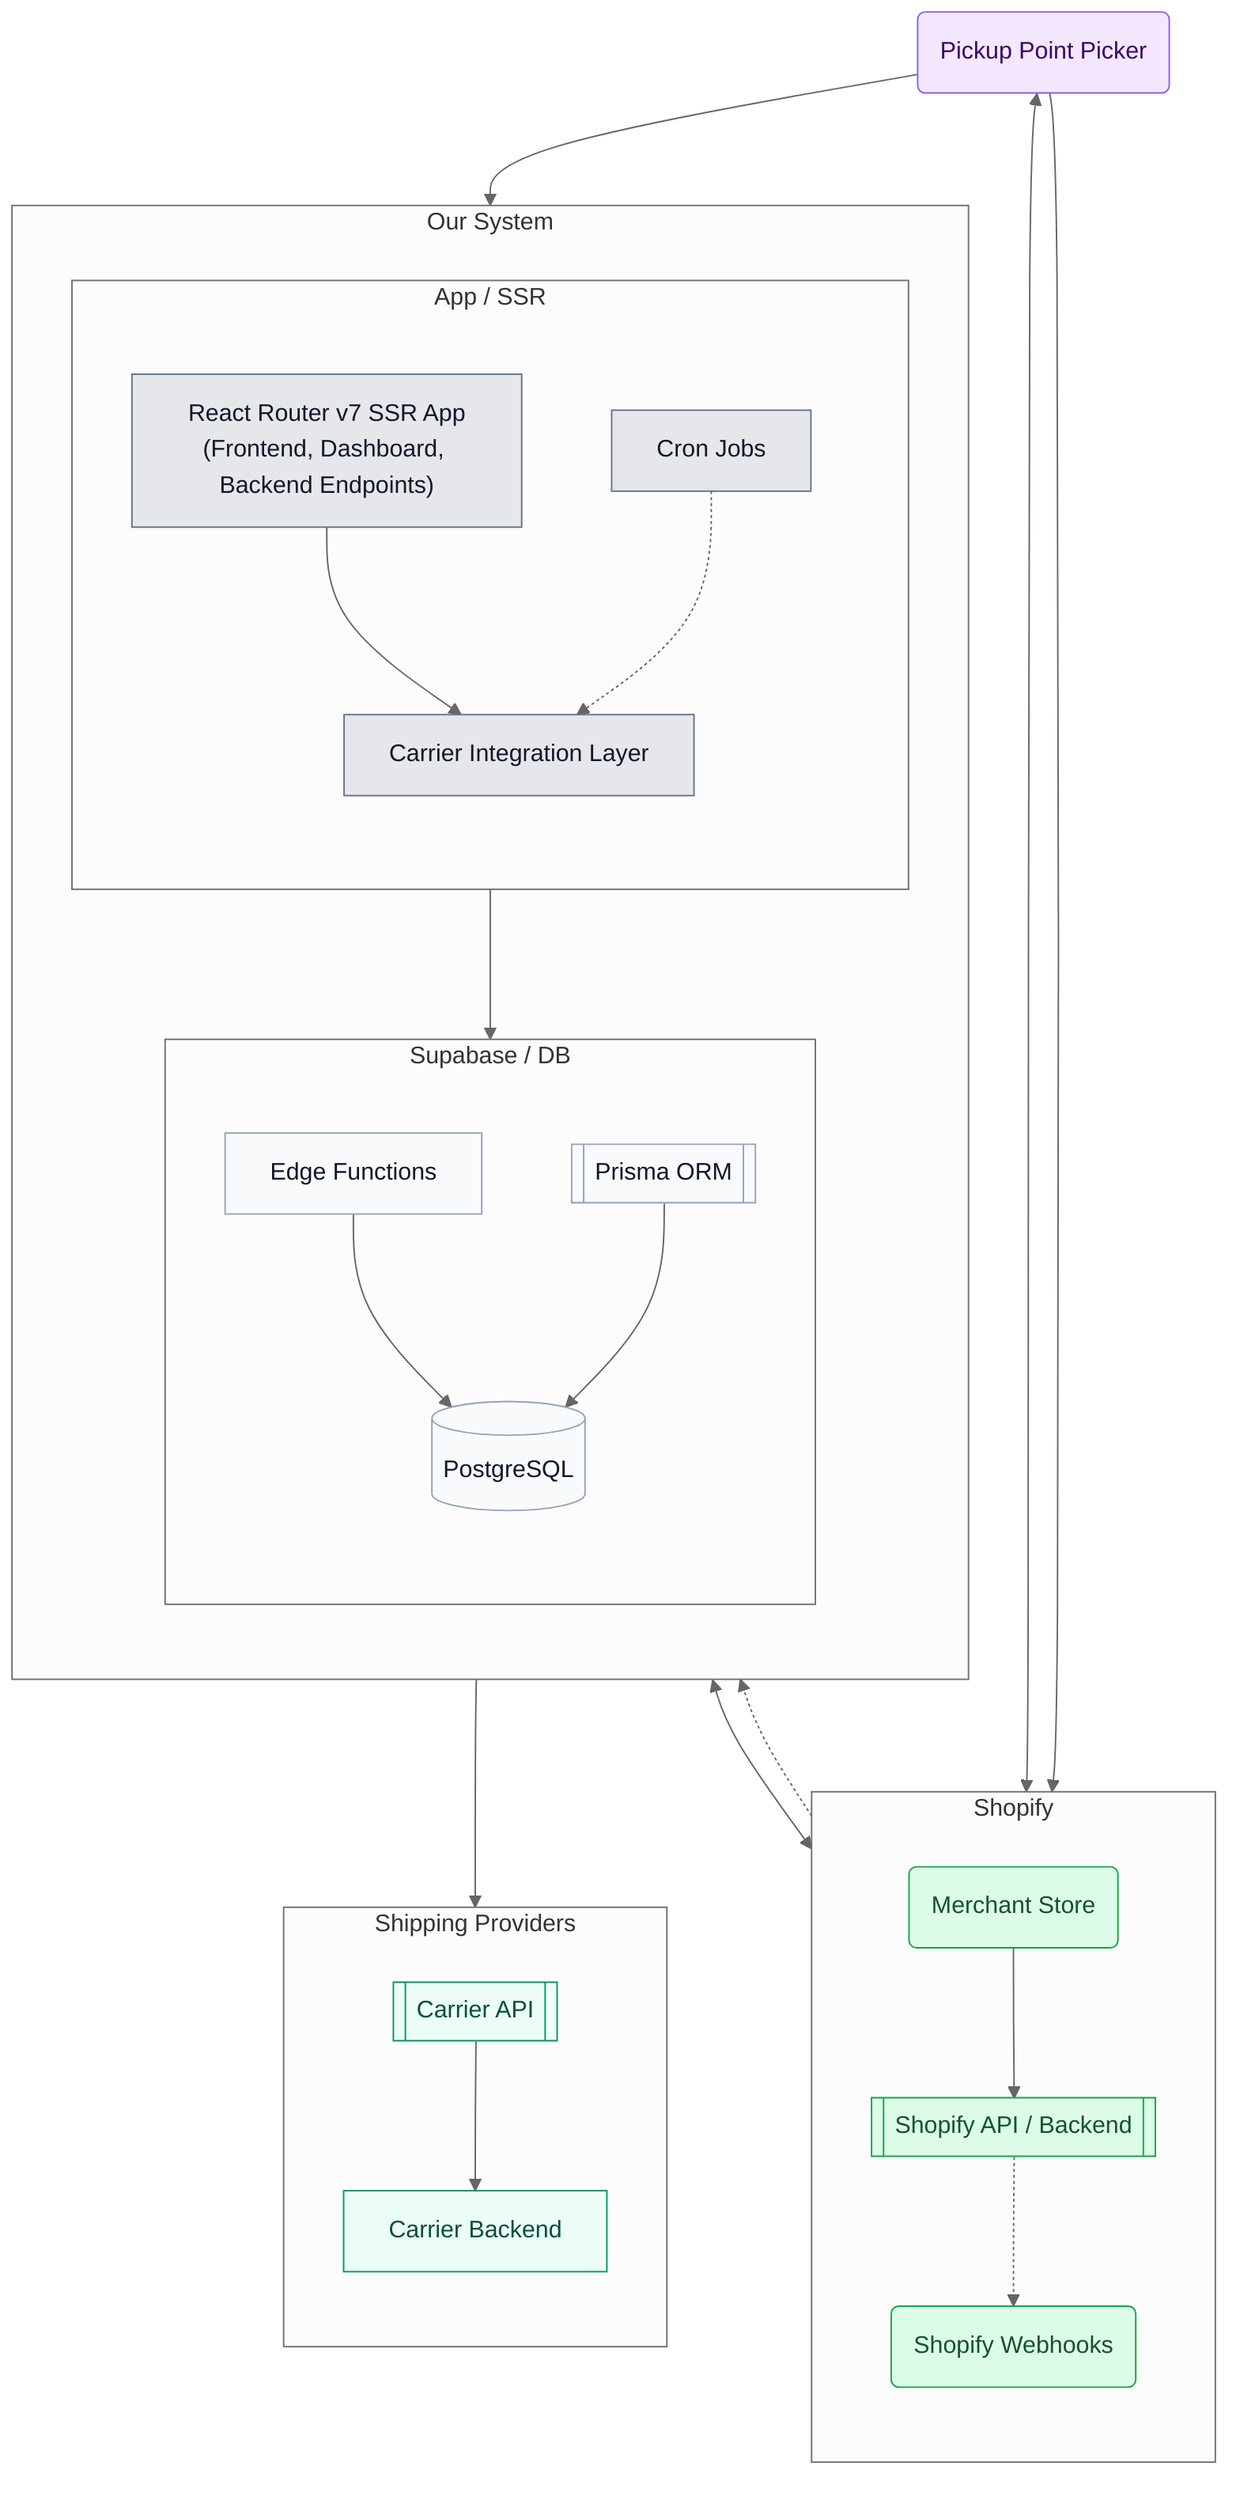
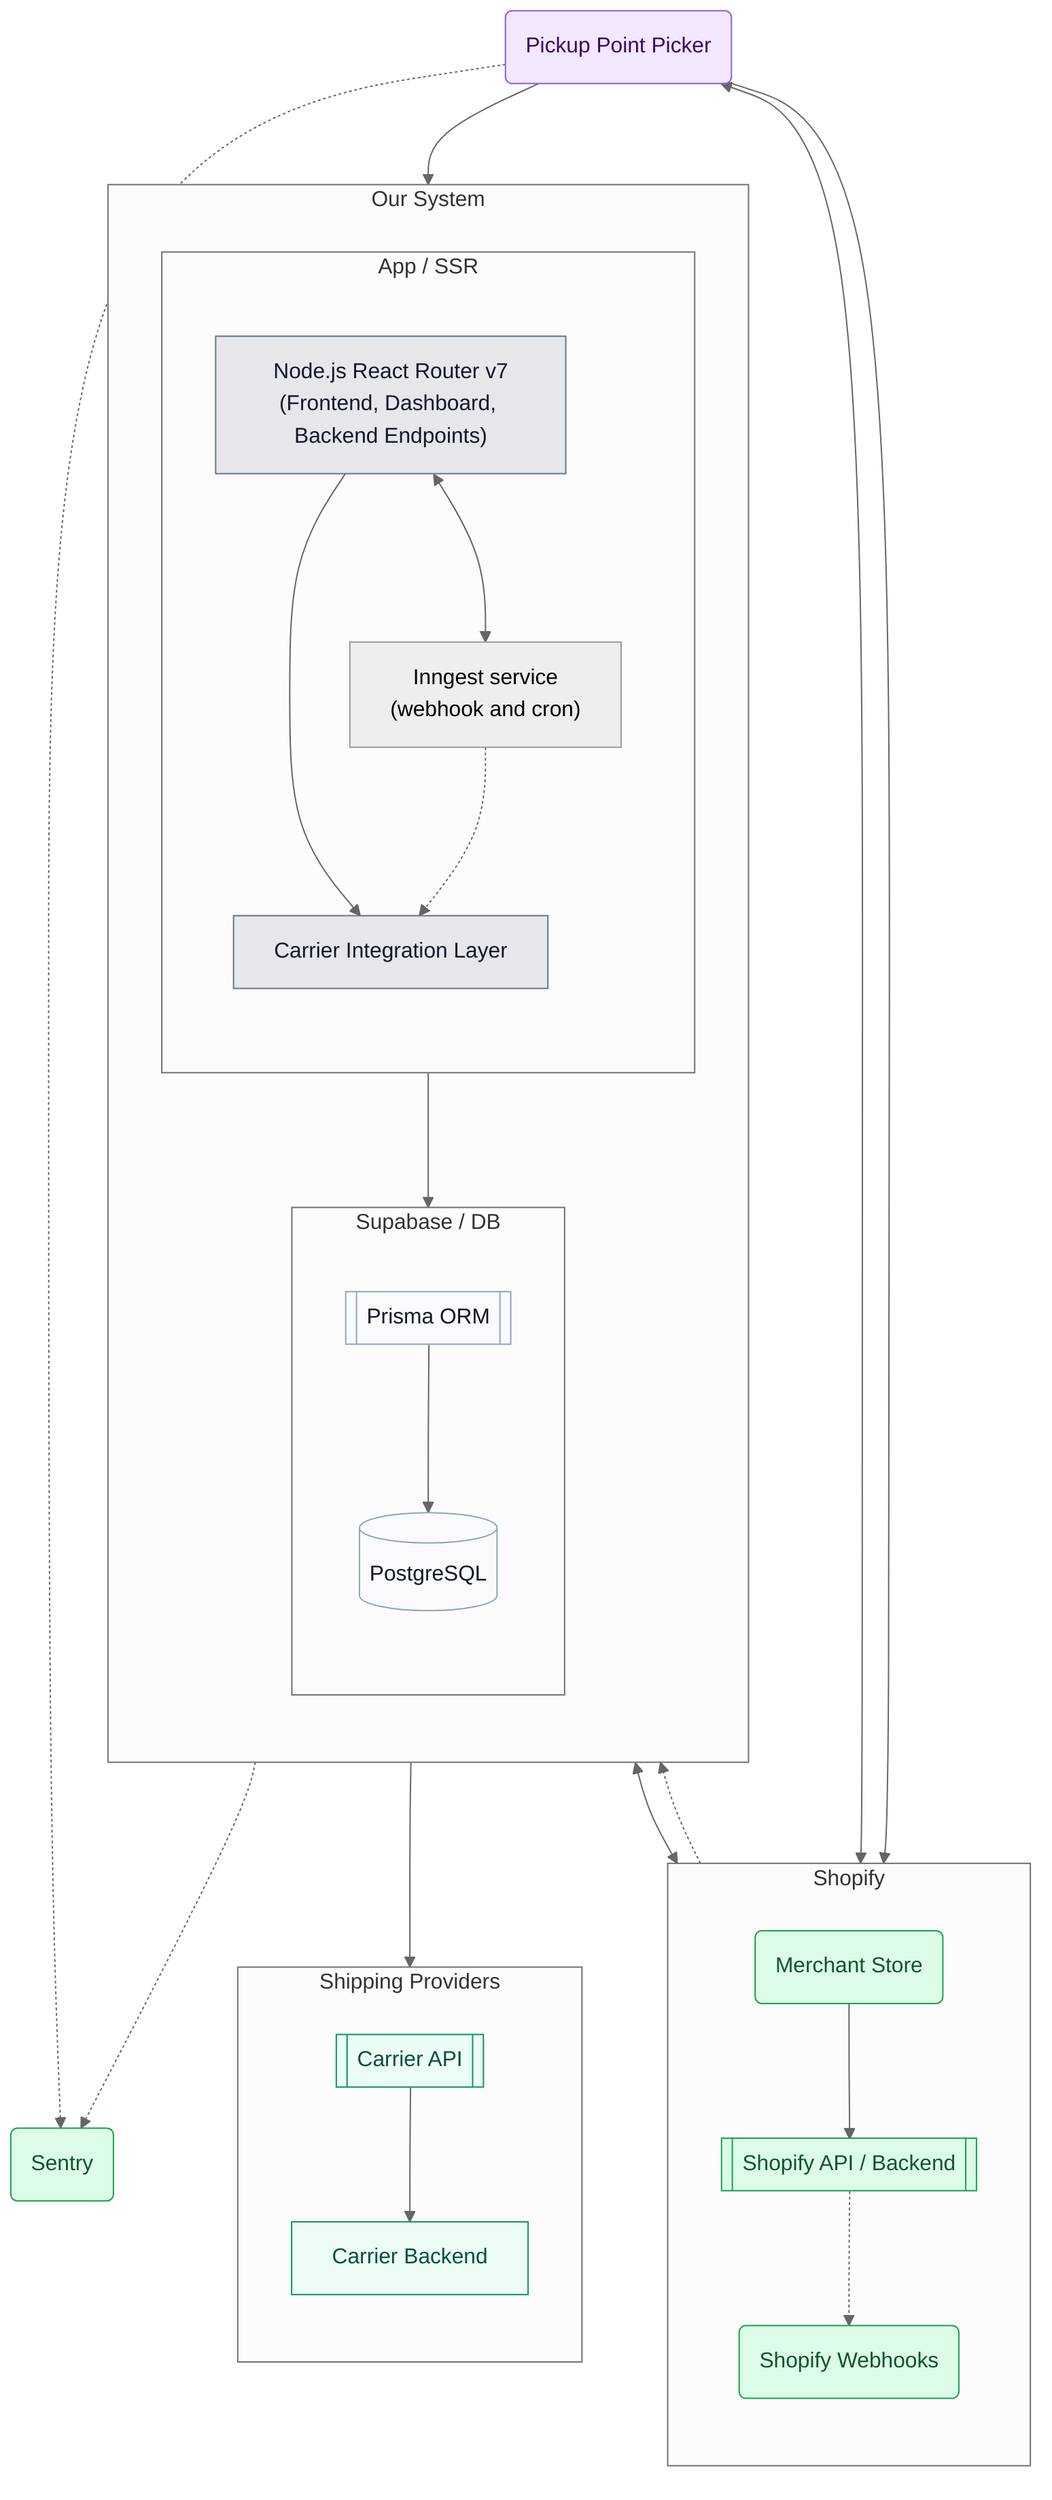
%%{init: {"theme": "neutral", "themeVariables": {"fontSize": "16px"}, "flowchart": {"nodeSpacing": 60, "rankSpacing": 75, "htmlLabels": false}}}%%
flowchart TB
    subgraph Shopify[Shopify]
        direction TB
        merchantStore@{ shape: rounded, label: "Merchant Store" }
        shopifyApi[[Shopify API / Backend]]
        shopifyWebhook@{ shape: rounded, label: "Shopify Webhooks" }
        merchantStore --> shopifyApi
        shopifyApi -.-> shopifyWebhook
    end

+     sentry@{ shape: rounded, label: "Sentry" }
    pickupWidget@{ shape: rounded, label: "Pickup Point Picker" }

    subgraph OurSystem[Our System]
        direction TB
        subgraph App[App / SSR]
            direction TB
-             ssr@{ shape: rect, label: "React Router v7 SSR App\n(Frontend, Dashboard, Backend Endpoints)" }
+             ssr@{ shape: rect, label: "Node.js React Router v7\n(Frontend, Dashboard, Backend Endpoints)" }
            integration@{ shape: rect, label: "Carrier Integration Layer" }
-             cron@{ shape: rect, label: "Cron Jobs" }
+             inngest@{ shape: rect, label: "Inngest service\n(webhook and cron)" }
            ssr --> integration
-             cron -.-> integration
+             ssr <--> inngest
+             inngest -.-> integration
        end

        subgraph Data[Supabase / DB]
            direction TB
-             edge@{ shape: rect, label: "Edge Functions" }
            prisma[[Prisma ORM]]
            db@{ shape: cyl, label: "PostgreSQL" }
-             edge --> db
            prisma --> db
        end

        ssr --> prisma
    end

    subgraph Providers[Shipping Providers]
        direction TB
        carrierApi[[Carrier API]]
        carrierBackend@{ shape: rect, label: "Carrier Backend" }
        carrierApi --> carrierBackend
    end

+     ssr -.-> sentry
+     pickupWidget -.-> sentry
    pickupWidget <--> merchantStore
    pickupWidget --> shopifyApi
    pickupWidget --> ssr
-     shopifyWebhook -.-> edge
+     shopifyWebhook -.-> inngest
    integration --> carrierApi
    ssr <--> shopifyApi

    classDef bridge fill:#f3e8ff,stroke:#8b5cf6,color:#3b0764,stroke-width:1px;
    classDef shopify fill:#dcfce7,stroke:#16a34a,color:#14532d,stroke-width:1px;
    classDef app fill:#e5e7eb,stroke:#64748b,color:#111827,stroke-width:1px;
    classDef data fill:#f8fafc,stroke:#94a3b8,color:#0f172a,stroke-width:1px;
    classDef provider fill:#ecfdf5,stroke:#059669,color:#064e3e,stroke-width:1px;

    class pickupWidget bridge;
-     class merchantStore,shopifyApi,shopifyWebhook shopify;
+     class merchantStore,shopifyApi,shopifyWebhook,sentry shopify;
    class dashboard,ssr,backend,integration,cron app;
-     class edge,prisma,db data;
+     class prisma,db data;
    class carrierBackend,carrierApi provider;